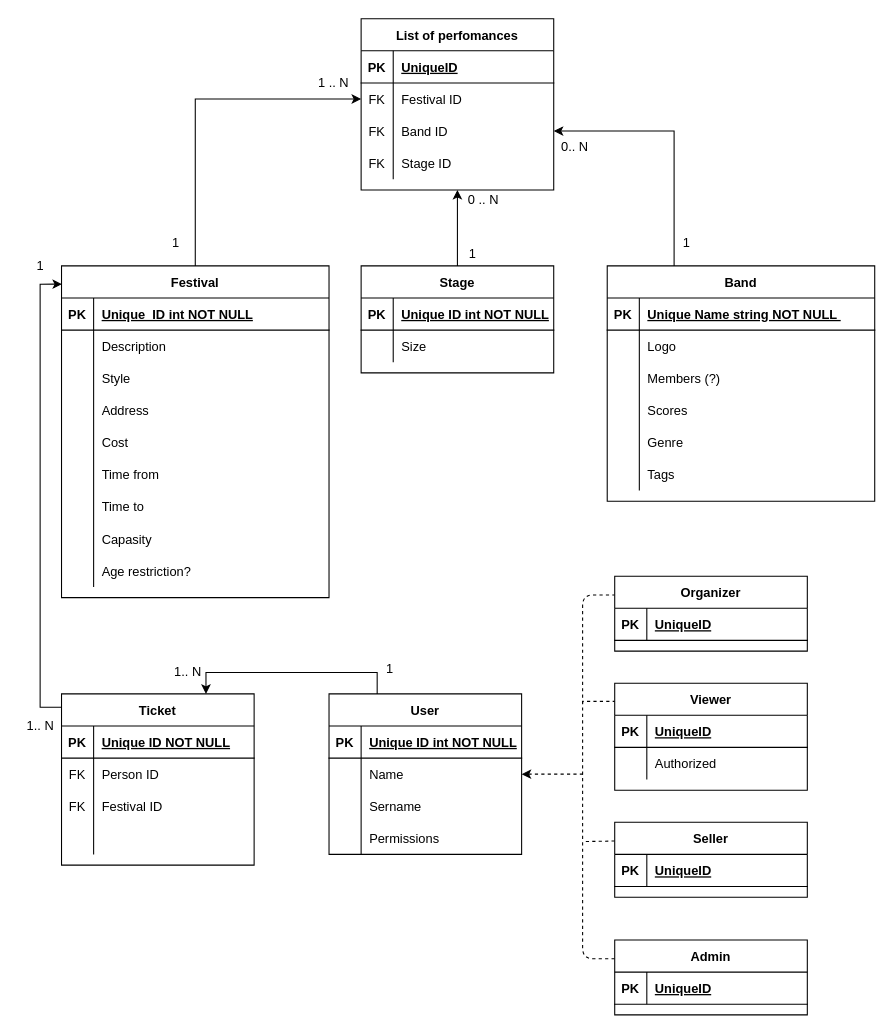
x00Pavel/festival-IS keeps this draw.io diagram as diagrams/gallery-is-DB.drawio. Above is the earlier version. Source tidied: cells renumbered, new cells numbered last; positions are measured from the earlier drawing's top-left corner, leaving out a move shared by most shapes. Both pictures are drawn from the tidied source at 107%, with x=0, y=0 at pixel (18, 18).
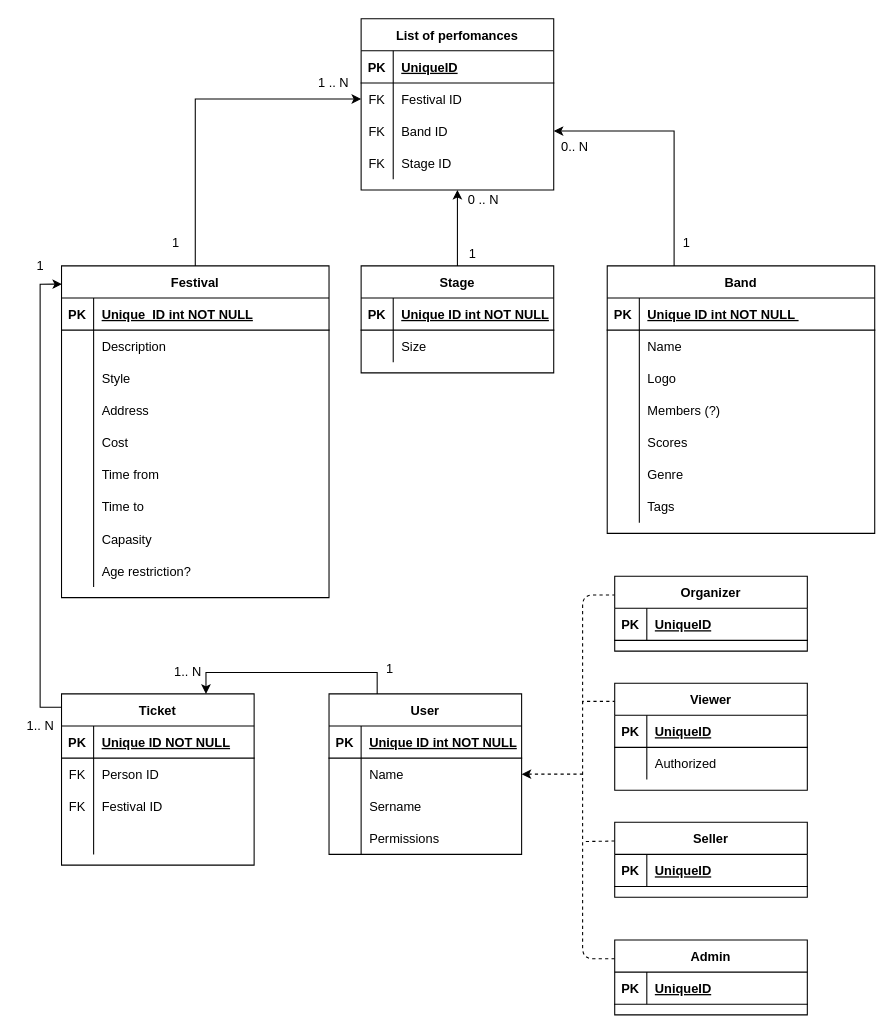
The same diagram, later.

The change refers to these unchanged cells:
```xml
<mxCell id="77" style="shape=partialRectangle;fillColor=none;top=0;left=0;right=0;bottom=1;" parent="76" vertex="1">
  <mxGeometry y="30" width="250" height="30" as="geometry" />
</mxCell>
```

Change to the diagram source:
```diff
@@
     <mxCell id="76" value="Band" style="shape=table;startSize=30;childLayout=tableLayout;rowLines=0;fontStyle=1;align=center;" parent="1" vertex="1">
-      <mxGeometry x="550" y="231" width="250" height="220" as="geometry" />
+      <mxGeometry x="550" y="231" width="250" height="250" as="geometry" />
     </mxCell>
@@
-    <mxCell id="79" value="Unique Name string NOT NULL " style="shape=partialRectangle;overflow=hidden;fillColor=none;top=0;left=0;bottom=0;right=0;align=left;spacingLeft=6;fontStyle=5;" parent="77" vertex="1">
+    <mxCell id="79" value="Unique ID int NOT NULL " style="shape=partialRectangle;overflow=hidden;fillColor=none;top=0;left=0;bottom=0;right=0;align=left;spacingLeft=6;fontStyle=5;" parent="77" vertex="1">
       <mxGeometry x="30" width="220" height="30" as="geometry" />
     </mxCell>
+    <mxCell id="133" style="shape=partialRectangle;fillColor=none;top=0;left=0;bottom=0;right=0;" parent="76" vertex="1">
+      <mxGeometry y="60" width="250" height="30" as="geometry" />
+    </mxCell>
+    <mxCell id="134" style="shape=partialRectangle;fillColor=none;top=0;left=0;bottom=0;right=0;overflow=hidden;" parent="133" vertex="1">
+      <mxGeometry width="30" height="30" as="geometry" />
+    </mxCell>
+    <mxCell id="135" value="Name" style="shape=partialRectangle;fillColor=none;top=0;left=0;bottom=0;right=0;align=left;spacingLeft=6;overflow=hidden;" parent="133" vertex="1">
+      <mxGeometry x="30" width="220" height="30" as="geometry" />
+    </mxCell>
     <mxCell id="80" style="shape=partialRectangle;fillColor=none;top=0;left=0;right=0;bottom=0;" parent="76" vertex="1">
-      <mxGeometry y="60" width="250" height="30" as="geometry" />
+      <mxGeometry y="90" width="250" height="30" as="geometry" />
     </mxCell>
@@
     <mxCell id="83" style="shape=partialRectangle;fillColor=none;top=0;left=0;right=0;bottom=0;" parent="76" vertex="1">
-      <mxGeometry y="90" width="250" height="30" as="geometry" />
+      <mxGeometry y="120" width="250" height="30" as="geometry" />
     </mxCell>
@@
     <mxCell id="86" style="shape=partialRectangle;fillColor=none;top=0;left=0;bottom=0;right=0;" parent="76" vertex="1">
-      <mxGeometry y="120" width="250" height="30" as="geometry" />
+      <mxGeometry y="150" width="250" height="30" as="geometry" />
     </mxCell>
@@
     <mxCell id="89" style="shape=partialRectangle;fillColor=none;top=0;left=0;bottom=0;right=0;" parent="76" vertex="1">
-      <mxGeometry y="150" width="250" height="30" as="geometry" />
+      <mxGeometry y="180" width="250" height="30" as="geometry" />
     </mxCell>
@@
     <mxCell id="92" style="shape=partialRectangle;fillColor=none;top=0;left=0;bottom=0;right=0;" parent="76" vertex="1">
-      <mxGeometry y="180" width="250" height="30" as="geometry" />
+      <mxGeometry y="210" width="250" height="30" as="geometry" />
     </mxCell>
```
